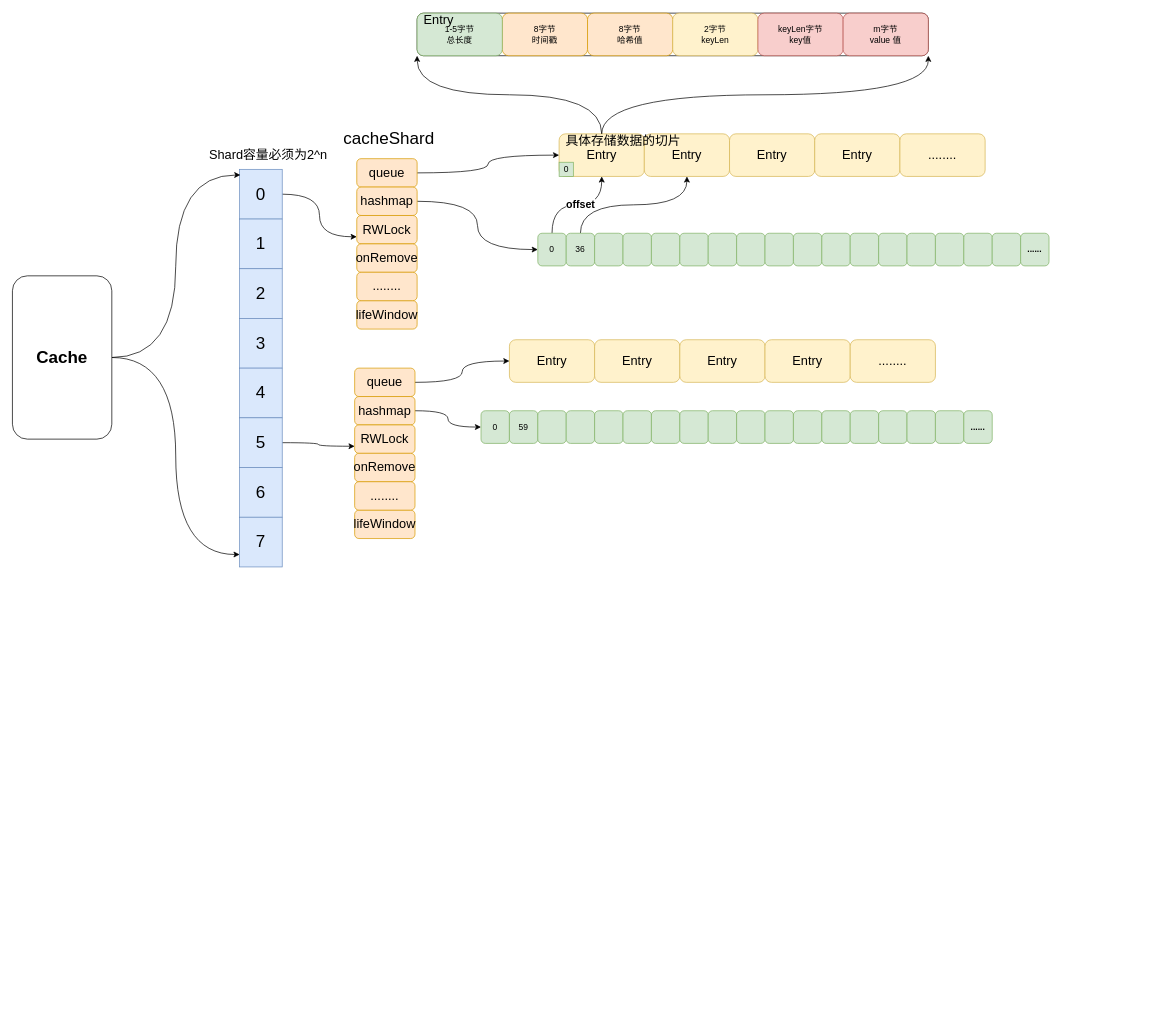
Zhouchaowen/Hawkeye keeps this draw.io diagram as page "数据结构" (1 of 3) of _cache/bigCache.drawio. Above is the earlier version. Source tidied: cells renumbered, new cells numbered last; positions are measured from the earlier drawing's top-left corner, leaving out a move shared by most shapes. Both pictures are drawn from the tidied source at 71%, with x=0, y=0 at pixel (12, 13).
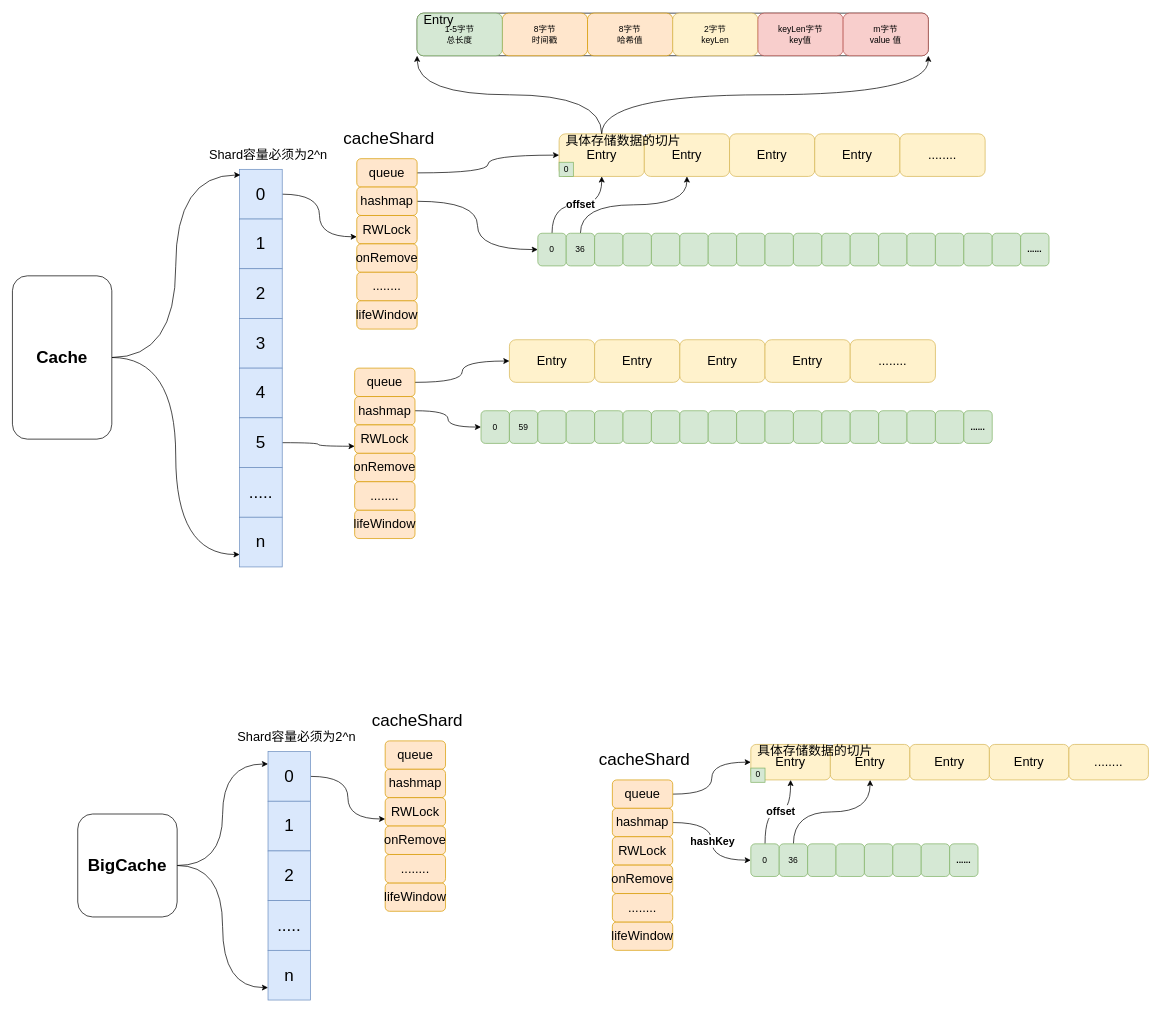
After the change.

Change to the diagram source:
```diff
@@
-    <mxCell id="19" value="&lt;font style=&quot;font-size: 24px&quot;&gt;6&lt;/font&gt;" style="rounded=0;whiteSpace=wrap;html=1;fillColor=#dae8fc;strokeColor=#6c8ebf;" parent="1" vertex="1">
+    <mxCell id="19" value="&lt;span style=&quot;font-size: 24px&quot;&gt;.....&lt;/span&gt;" style="rounded=0;whiteSpace=wrap;html=1;fillColor=#dae8fc;strokeColor=#6c8ebf;" parent="1" vertex="1">
       <mxGeometry x="320" y="640" width="60" height="70" as="geometry" />
     </mxCell>
-    <mxCell id="20" value="&lt;font style=&quot;font-size: 24px&quot;&gt;7&lt;/font&gt;" style="rounded=0;whiteSpace=wrap;html=1;fillColor=#dae8fc;strokeColor=#6c8ebf;" parent="1" vertex="1">
+    <mxCell id="20" value="&lt;font style=&quot;font-size: 24px&quot;&gt;n&lt;/font&gt;" style="rounded=0;whiteSpace=wrap;html=1;fillColor=#dae8fc;strokeColor=#6c8ebf;" parent="1" vertex="1">
       <mxGeometry x="320" y="710" width="60" height="70" as="geometry" />
     </mxCell>
@@
+    <mxCell id="97" style="edgeStyle=orthogonalEdgeStyle;rounded=0;jettySize=auto;html=1;exitX=1;exitY=0.5;exitDx=0;exitDy=0;entryX=0;entryY=0.75;entryDx=0;entryDy=0;curved=1;" parent="1" edge="1" source="98" target="106">
+      <mxGeometry relative="1" as="geometry" />
+    </mxCell>
+    <mxCell id="98" value="&lt;font style=&quot;font-size: 24px&quot;&gt;0&lt;br&gt;&lt;/font&gt;" style="rounded=0;whiteSpace=wrap;html=1;fillColor=#dae8fc;strokeColor=#6c8ebf;" parent="1" vertex="1">
+      <mxGeometry x="360" y="1040" width="60" height="70" as="geometry" />
+    </mxCell>
+    <mxCell id="99" value="&lt;font style=&quot;font-size: 24px&quot;&gt;1&lt;/font&gt;" style="rounded=0;whiteSpace=wrap;html=1;fillColor=#dae8fc;strokeColor=#6c8ebf;" parent="1" vertex="1">
+      <mxGeometry x="360" y="1110" width="60" height="70" as="geometry" />
+    </mxCell>
+    <mxCell id="100" value="&lt;font style=&quot;font-size: 24px&quot;&gt;2&lt;/font&gt;" style="rounded=0;whiteSpace=wrap;html=1;fillColor=#dae8fc;strokeColor=#6c8ebf;" parent="1" vertex="1">
+      <mxGeometry x="360" y="1180" width="60" height="70" as="geometry" />
+    </mxCell>
+    <mxCell id="101" value="&lt;span style=&quot;font-size: 24px&quot;&gt;.....&lt;/span&gt;" style="rounded=0;whiteSpace=wrap;html=1;fillColor=#dae8fc;strokeColor=#6c8ebf;" parent="1" vertex="1">
+      <mxGeometry x="360" y="1250" width="60" height="70" as="geometry" />
+    </mxCell>
+    <mxCell id="102" value="&lt;font style=&quot;font-size: 24px&quot;&gt;n&lt;/font&gt;" style="rounded=0;whiteSpace=wrap;html=1;fillColor=#dae8fc;strokeColor=#6c8ebf;" parent="1" vertex="1">
+      <mxGeometry x="360" y="1320" width="60" height="70" as="geometry" />
+    </mxCell>
+    <mxCell id="103" value="&lt;font style=&quot;font-size: 18px&quot;&gt;Shard容量必须为2^n&lt;/font&gt;" style="text;html=1;align=center;verticalAlign=middle;strokeColor=none;" parent="1" vertex="1">
+      <mxGeometry x="310" y="1010" width="180" height="20" as="geometry" />
+    </mxCell>
+    <mxCell id="104" value="&lt;font style=&quot;font-size: 18px&quot;&gt;queue&lt;/font&gt;" style="rounded=1;whiteSpace=wrap;html=1;fillColor=#ffe6cc;strokeColor=#d79b00;" parent="1" vertex="1">
+      <mxGeometry x="525" y="1025" width="85" height="40" as="geometry" />
+    </mxCell>
+    <mxCell id="105" value="&lt;font style=&quot;font-size: 18px&quot;&gt;hashmap&lt;/font&gt;" style="rounded=1;whiteSpace=wrap;html=1;fillColor=#ffe6cc;strokeColor=#d79b00;" parent="1" vertex="1">
+      <mxGeometry x="525" y="1065" width="85" height="40" as="geometry" />
+    </mxCell>
+    <mxCell id="106" value="&lt;span style=&quot;font-size: 18px&quot;&gt;RWLock&lt;/span&gt;" style="rounded=1;whiteSpace=wrap;html=1;fillColor=#ffe6cc;strokeColor=#d79b00;" parent="1" vertex="1">
+      <mxGeometry x="525" y="1105" width="85" height="40" as="geometry" />
+    </mxCell>
+    <mxCell id="107" value="&lt;font style=&quot;font-size: 18px&quot;&gt;onRemove&lt;/font&gt;" style="rounded=1;whiteSpace=wrap;html=1;fillColor=#ffe6cc;strokeColor=#d79b00;" parent="1" vertex="1">
+      <mxGeometry x="525" y="1145" width="85" height="40" as="geometry" />
+    </mxCell>
+    <mxCell id="108" value="&lt;span style=&quot;font-size: 18px&quot;&gt;lifeWindow&lt;/span&gt;" style="rounded=1;whiteSpace=wrap;html=1;fillColor=#ffe6cc;strokeColor=#d79b00;" parent="1" vertex="1">
+      <mxGeometry x="525" y="1225" width="85" height="40" as="geometry" />
+    </mxCell>
+    <mxCell id="109" value="&lt;span style=&quot;font-size: 18px&quot;&gt;........&lt;/span&gt;" style="rounded=1;whiteSpace=wrap;html=1;fillColor=#ffe6cc;strokeColor=#d79b00;" parent="1" vertex="1">
+      <mxGeometry x="525" y="1185" width="85" height="40" as="geometry" />
+    </mxCell>
+    <mxCell id="110" value="&lt;br style=&quot;font-size: 24px&quot;&gt;&lt;span style=&quot;font-size: 24px&quot;&gt;cacheShard&lt;/span&gt;" style="text;html=1;align=center;verticalAlign=middle;strokeColor=none;" parent="1" vertex="1">
+      <mxGeometry x="500" y="970" width="140" height="40" as="geometry" />
+    </mxCell>
+    <mxCell id="111" style="edgeStyle=orthogonalEdgeStyle;rounded=0;jettySize=auto;html=1;exitX=1;exitY=0.5;exitDx=0;exitDy=0;entryX=0;entryY=0.25;entryDx=0;entryDy=0;curved=1;" parent="1" edge="1" source="113" target="98">
+      <mxGeometry relative="1" as="geometry" />
+    </mxCell>
+    <mxCell id="112" style="edgeStyle=orthogonalEdgeStyle;curved=1;rounded=0;jettySize=auto;html=1;exitX=1;exitY=0.5;exitDx=0;exitDy=0;entryX=0;entryY=0.75;entryDx=0;entryDy=0;" parent="1" edge="1" source="113" target="102">
+      <mxGeometry relative="1" as="geometry" />
+    </mxCell>
+    <mxCell id="113" value="&lt;b&gt;&lt;font style=&quot;font-size: 24px&quot;&gt;BigCache&lt;/font&gt;&lt;/b&gt;" style="rounded=1;whiteSpace=wrap;html=1;" parent="1" vertex="1">
+      <mxGeometry x="92" y="1128" width="140" height="145" as="geometry" />
+    </mxCell>
+    <mxCell id="114" style="group;" parent="1" vertex="1">
+      <mxGeometry x="1040" y="1030" width="560" height="50" as="geometry" />
+    </mxCell>
+    <mxCell id="115" value="&lt;font style=&quot;font-size: 18px&quot;&gt;Entry&lt;/font&gt;" style="rounded=1;whiteSpace=wrap;html=1;fillColor=#fff2cc;strokeColor=#d6b656;" parent="114" vertex="1">
+      <mxGeometry width="112" height="50" as="geometry" />
+    </mxCell>
+    <mxCell id="116" value="&lt;font style=&quot;font-size: 18px&quot;&gt;Entry&lt;/font&gt;" style="rounded=1;whiteSpace=wrap;html=1;fillColor=#fff2cc;strokeColor=#d6b656;" parent="114" vertex="1">
+      <mxGeometry x="112" width="112" height="50" as="geometry" />
+    </mxCell>
+    <mxCell id="117" value="&lt;font style=&quot;font-size: 18px&quot;&gt;Entry&lt;/font&gt;" style="rounded=1;whiteSpace=wrap;html=1;fillColor=#fff2cc;strokeColor=#d6b656;" parent="114" vertex="1">
+      <mxGeometry x="224" width="112" height="50" as="geometry" />
+    </mxCell>
+    <mxCell id="118" value="&lt;font style=&quot;font-size: 18px&quot;&gt;Entry&lt;/font&gt;" style="rounded=1;whiteSpace=wrap;html=1;fillColor=#fff2cc;strokeColor=#d6b656;" parent="114" vertex="1">
+      <mxGeometry x="336" width="112" height="50" as="geometry" />
+    </mxCell>
+    <mxCell id="119" value="&lt;span style=&quot;font-size: 18px&quot;&gt;........&lt;/span&gt;" style="rounded=1;whiteSpace=wrap;html=1;fillColor=#fff2cc;strokeColor=#d6b656;" parent="114" vertex="1">
+      <mxGeometry x="448" width="112" height="50" as="geometry" />
+    </mxCell>
+    <mxCell id="120" value="0" style="text;html=1;align=center;verticalAlign=middle;fillColor=#d5e8d4;strokeColor=#82b366;" parent="114" vertex="1">
+      <mxGeometry y="33.3" width="20" height="20" as="geometry" />
+    </mxCell>
+    <mxCell id="121" value="&lt;font style=&quot;font-size: 18px&quot;&gt;具体存储数据的切片&lt;/font&gt;" style="text;html=1;align=center;verticalAlign=middle;strokeColor=none;" parent="114" vertex="1">
+      <mxGeometry width="180" height="20" as="geometry" />
+    </mxCell>
+    <mxCell id="122" style="edgeStyle=orthogonalEdgeStyle;curved=1;rounded=0;jettySize=auto;html=1;exitX=0.5;exitY=0;exitDx=0;exitDy=0;" parent="1" edge="1" source="124" target="115">
+      <mxGeometry relative="1" as="geometry" />
+    </mxCell>
+    <mxCell id="123" value="&lt;b&gt;&lt;font style=&quot;font-size: 15px&quot;&gt;offset&lt;/font&gt;&lt;/b&gt;" style="edgeLabel;html=1;align=center;verticalAlign=middle;" parent="122" vertex="1">
+      <mxGeometry x="0.05" y="2" relative="1" as="geometry" />
+    </mxCell>
+    <mxCell id="124" value="0" style="rounded=1;whiteSpace=wrap;html=1;fillColor=#d5e8d4;strokeColor=#82b366;" parent="1" vertex="1">
+      <mxGeometry x="1040" y="1170" width="40" height="46" as="geometry" />
+    </mxCell>
+    <mxCell id="125" style="edgeStyle=orthogonalEdgeStyle;curved=1;rounded=0;jettySize=auto;html=1;exitX=0.5;exitY=0;exitDx=0;exitDy=0;entryX=0.5;entryY=1;entryDx=0;entryDy=0;" parent="1" edge="1" source="126" target="116">
+      <mxGeometry relative="1" as="geometry" />
+    </mxCell>
+    <mxCell id="126" value="36" style="rounded=1;whiteSpace=wrap;html=1;fillColor=#d5e8d4;strokeColor=#82b366;" parent="1" vertex="1">
+      <mxGeometry x="1080" y="1170" width="40" height="46" as="geometry" />
+    </mxCell>
+    <mxCell id="127" style="rounded=1;whiteSpace=wrap;html=1;fillColor=#d5e8d4;strokeColor=#82b366;" parent="1" vertex="1">
+      <mxGeometry x="1120" y="1170" width="40" height="46" as="geometry" />
+    </mxCell>
+    <mxCell id="128" style="rounded=1;whiteSpace=wrap;html=1;fillColor=#d5e8d4;strokeColor=#82b366;" parent="1" vertex="1">
+      <mxGeometry x="1160" y="1170" width="40" height="46" as="geometry" />
+    </mxCell>
+    <mxCell id="129" style="rounded=1;whiteSpace=wrap;html=1;fillColor=#d5e8d4;strokeColor=#82b366;" parent="1" vertex="1">
+      <mxGeometry x="1200" y="1170" width="40" height="46" as="geometry" />
+    </mxCell>
+    <mxCell id="130" style="rounded=1;whiteSpace=wrap;html=1;fillColor=#d5e8d4;strokeColor=#82b366;" parent="1" vertex="1">
+      <mxGeometry x="1240" y="1170" width="40" height="46" as="geometry" />
+    </mxCell>
+    <mxCell id="131" style="rounded=1;whiteSpace=wrap;html=1;fillColor=#d5e8d4;strokeColor=#82b366;" parent="1" vertex="1">
+      <mxGeometry x="1280" y="1170" width="40" height="46" as="geometry" />
+    </mxCell>
+    <mxCell id="132" value="&lt;b&gt;......&lt;/b&gt;" style="rounded=1;whiteSpace=wrap;html=1;fillColor=#d5e8d4;strokeColor=#82b366;" parent="1" vertex="1">
+      <mxGeometry x="1320" y="1170" width="40" height="46" as="geometry" />
+    </mxCell>
+    <mxCell id="133" style="edgeStyle=orthogonalEdgeStyle;curved=1;rounded=0;jettySize=auto;html=1;exitX=1;exitY=0.5;exitDx=0;exitDy=0;entryX=0;entryY=0.5;entryDx=0;entryDy=0;" parent="1" edge="1" source="134" target="115">
+      <mxGeometry relative="1" as="geometry" />
+    </mxCell>
+    <mxCell id="134" value="&lt;font style=&quot;font-size: 18px&quot;&gt;queue&lt;/font&gt;" style="rounded=1;whiteSpace=wrap;html=1;fillColor=#ffe6cc;strokeColor=#d79b00;" parent="1" vertex="1">
+      <mxGeometry x="845" y="1080" width="85" height="40" as="geometry" />
+    </mxCell>
+    <mxCell id="135" style="edgeStyle=orthogonalEdgeStyle;curved=1;rounded=0;jettySize=auto;html=1;exitX=1;exitY=0.5;exitDx=0;exitDy=0;entryX=0;entryY=0.5;entryDx=0;entryDy=0;" parent="1" edge="1" source="137" target="124">
+      <mxGeometry relative="1" as="geometry" />
+    </mxCell>
+    <mxCell id="136" value="&lt;span style=&quot;font-size: 15px&quot;&gt;&lt;b&gt;hashKey&lt;/b&gt;&lt;/span&gt;" style="edgeLabel;html=1;align=center;verticalAlign=middle;" parent="135" vertex="1">
+      <mxGeometry x="-0.08" y="-2" relative="1" as="geometry">
+        <mxPoint x="2" y="5" as="offset" />
+      </mxGeometry>
+    </mxCell>
+    <mxCell id="137" value="&lt;font style=&quot;font-size: 18px&quot;&gt;hashmap&lt;/font&gt;" style="rounded=1;whiteSpace=wrap;html=1;fillColor=#ffe6cc;strokeColor=#d79b00;" parent="1" vertex="1">
+      <mxGeometry x="845" y="1120" width="85" height="40" as="geometry" />
+    </mxCell>
+    <mxCell id="138" value="&lt;span style=&quot;font-size: 18px&quot;&gt;RWLock&lt;/span&gt;" style="rounded=1;whiteSpace=wrap;html=1;fillColor=#ffe6cc;strokeColor=#d79b00;" parent="1" vertex="1">
+      <mxGeometry x="845" y="1160" width="85" height="40" as="geometry" />
+    </mxCell>
+    <mxCell id="139" value="&lt;font style=&quot;font-size: 18px&quot;&gt;onRemove&lt;/font&gt;" style="rounded=1;whiteSpace=wrap;html=1;fillColor=#ffe6cc;strokeColor=#d79b00;" parent="1" vertex="1">
+      <mxGeometry x="845" y="1200" width="85" height="40" as="geometry" />
+    </mxCell>
+    <mxCell id="140" value="&lt;span style=&quot;font-size: 18px&quot;&gt;lifeWindow&lt;/span&gt;" style="rounded=1;whiteSpace=wrap;html=1;fillColor=#ffe6cc;strokeColor=#d79b00;" parent="1" vertex="1">
+      <mxGeometry x="845" y="1280" width="85" height="40" as="geometry" />
+    </mxCell>
+    <mxCell id="141" value="&lt;span style=&quot;font-size: 18px&quot;&gt;........&lt;/span&gt;" style="rounded=1;whiteSpace=wrap;html=1;fillColor=#ffe6cc;strokeColor=#d79b00;" parent="1" vertex="1">
+      <mxGeometry x="845" y="1240" width="85" height="40" as="geometry" />
+    </mxCell>
+    <mxCell id="142" value="&lt;br style=&quot;font-size: 24px&quot;&gt;&lt;span style=&quot;font-size: 24px&quot;&gt;cacheShard&lt;/span&gt;" style="text;html=1;align=center;verticalAlign=middle;strokeColor=none;" parent="1" vertex="1">
+      <mxGeometry x="820" y="1025" width="140" height="40" as="geometry" />
+    </mxCell>
```
